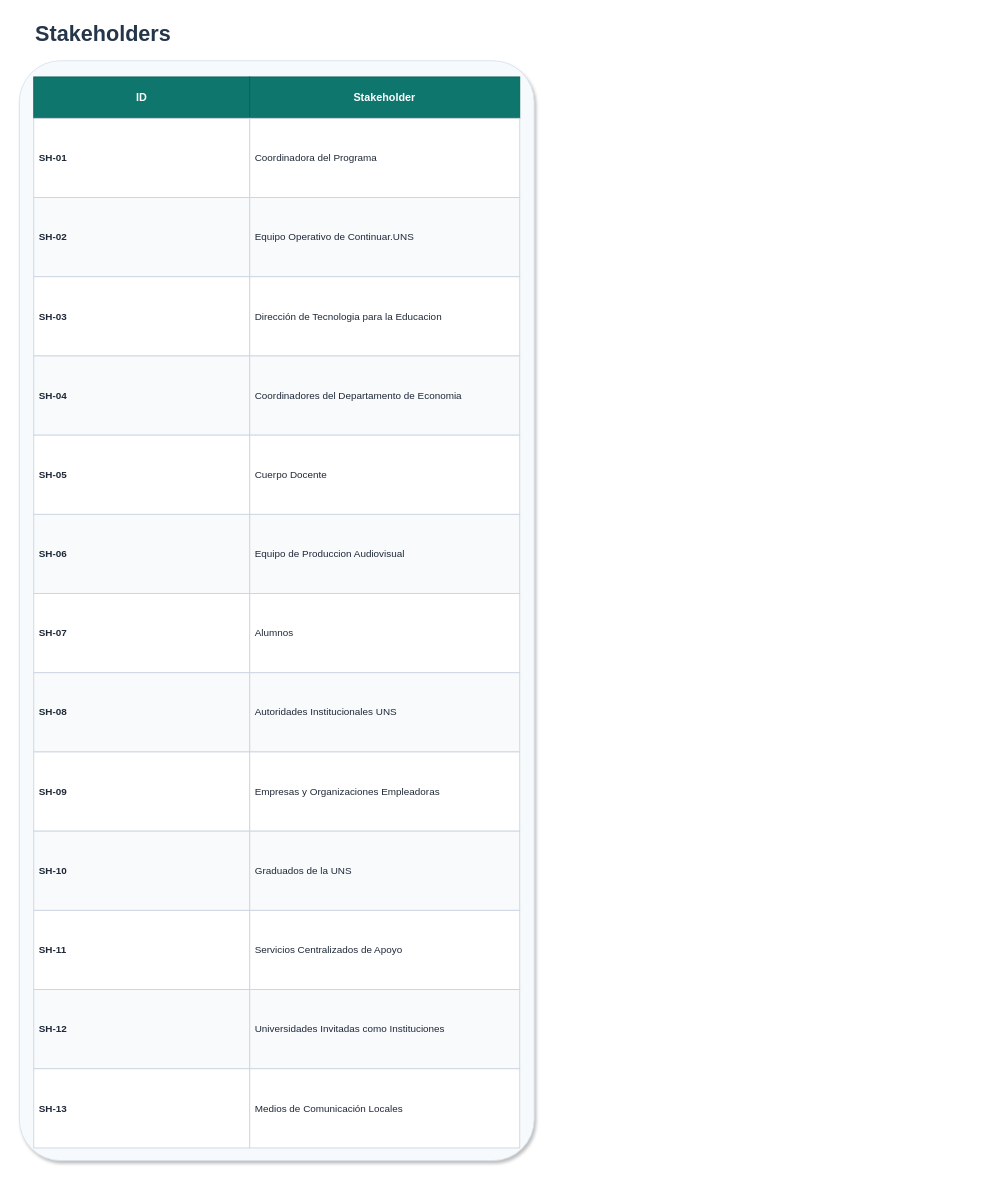
Above: page "Stakeholders" (1 of 6) of diagramas/tablas/Tablas_Matrices_Trazabilidad_BLearning.drawio in Jsue46/exposicionayd (draw.io), before the change. Source tidied: cells renumbered, new cells numbered last; positions are measured from the earlier drawing's top-left corner, leaving out a move shared by most shapes. Both pictures are drawn from the tidied source at 90%, with x=0, y=0 at pixel (19, 15).
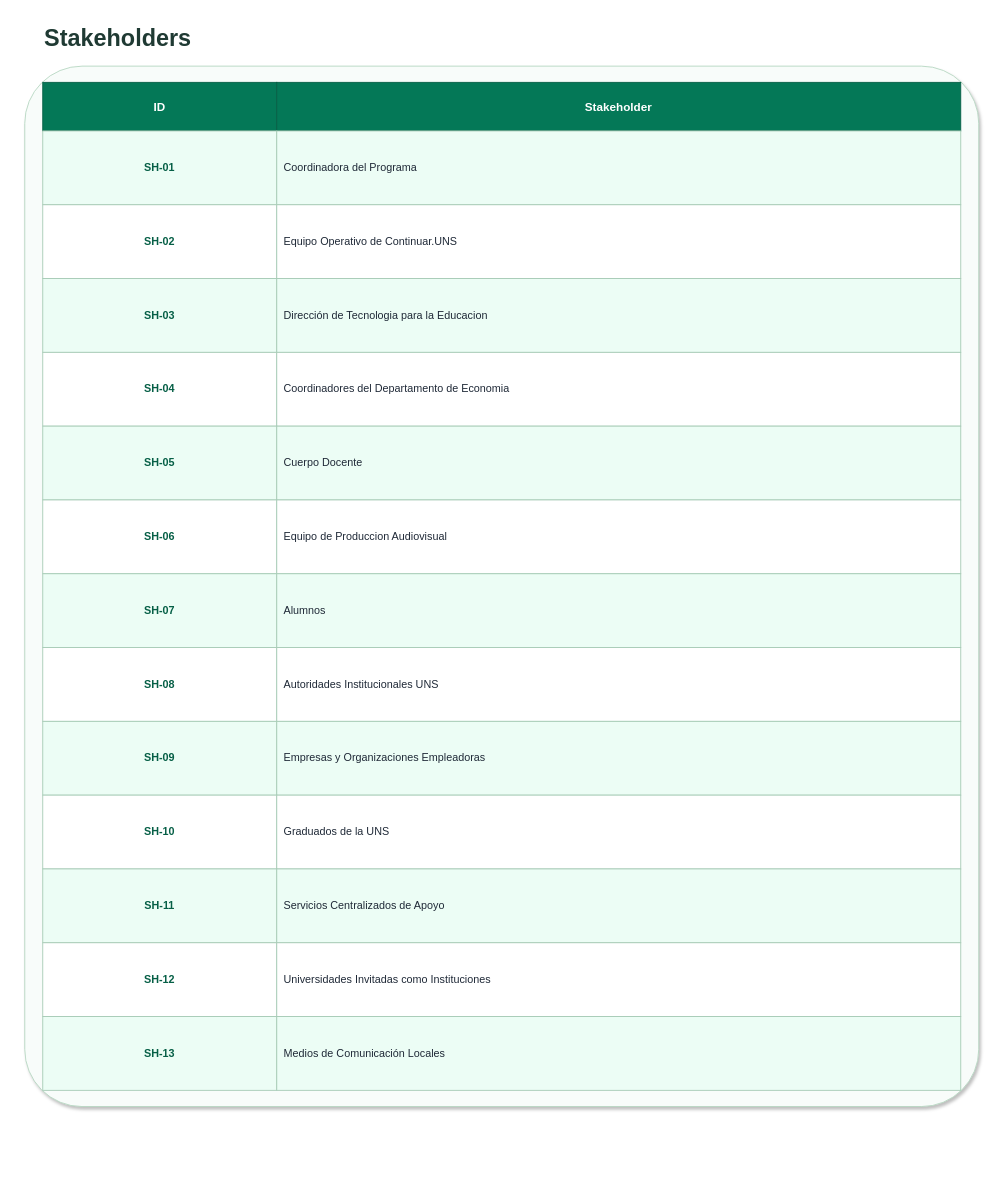
The same diagram, later.

Change to the diagram source:
```diff
@@
-    <mxCell id="2" value="Stakeholders" style="text;html=1;strokeColor=none;fillColor=none;align=left;verticalAlign=middle;whiteSpace=wrap;rounded=0;fontSize=24;fontStyle=1;fontColor=#25364A;" parent="1" vertex="1">
-      <mxGeometry x="16" width="540" height="42" as="geometry" />
+    <mxCell id="2" value="Stakeholders" style="text;html=1;strokeColor=none;fillColor=none;align=left;verticalAlign=middle;whiteSpace=wrap;rounded=0;fontSize=26;fontStyle=1;fontColor=#1F3A33;" parent="1" vertex="1">
+      <mxGeometry x="26" y="2" width="1020" height="46" as="geometry" />
     </mxCell>
-    <mxCell id="3" style="rounded=1;whiteSpace=wrap;html=1;fillColor=#F7FAFC;strokeColor=#D9E2EC;arcSize=8;shadow=1;" parent="1" vertex="1">
-      <mxGeometry y="50" width="572" height="1222" as="geometry" />
+    <mxCell id="3" style="rounded=1;whiteSpace=wrap;html=1;fillColor=#F8FCFA;strokeColor=#B7D7C2;arcSize=6;shadow=1;" parent="1" vertex="1">
+      <mxGeometry x="6" y="56" width="1060" height="1156" as="geometry" />
     </mxCell>
-    <mxCell id="4" value="ID" style="rounded=0;whiteSpace=wrap;html=1;fillColor=#0F766E;strokeColor=#0B5F59;fontColor=#FFFFFF;fontStyle=1;align=center;verticalAlign=middle;fontSize=12;spacing=6;" parent="1" vertex="1">
-      <mxGeometry x="16" y="68" width="240" height="46" as="geometry" />
+    <mxCell id="4" value="ID" style="rounded=0;whiteSpace=wrap;html=1;fillColor=#047857;strokeColor=#065F46;fontColor=#FFFFFF;fontStyle=1;align=center;verticalAlign=middle;fontSize=13;spacing=8;" parent="1" vertex="1">
+      <mxGeometry x="26" y="74" width="260" height="54" as="geometry" />
     </mxCell>
-    <mxCell id="5" value="Stakeholder" style="rounded=0;whiteSpace=wrap;html=1;fillColor=#0F766E;strokeColor=#0B5F59;fontColor=#FFFFFF;fontStyle=1;align=center;verticalAlign=middle;fontSize=12;spacing=6;" parent="1" vertex="1">
-      <mxGeometry x="256" y="68" width="300" height="46" as="geometry" />
+    <mxCell id="5" value="Stakeholder" style="rounded=0;whiteSpace=wrap;html=1;fillColor=#047857;strokeColor=#065F46;fontColor=#FFFFFF;fontStyle=1;align=center;verticalAlign=middle;fontSize=13;spacing=8;" parent="1" vertex="1">
+      <mxGeometry x="286" y="74" width="760" height="54" as="geometry" />
     </mxCell>
-    <mxCell id="6" value="SH-01" style="rounded=0;whiteSpace=wrap;html=1;fillColor=#FFFFFF;strokeColor=#CBD5E1;fontColor=#1F2937;fontStyle=1;align=left;verticalAlign=middle;fontSize=11;spacing=6;" parent="1" vertex="1">
-      <mxGeometry x="16" y="114" width="240" height="88" as="geometry" />
+    <mxCell id="6" value="SH-01" style="rounded=0;whiteSpace=wrap;html=1;fillColor=#ECFDF5;strokeColor=#A7CBB6;fontColor=#065F46;fontStyle=1;align=center;verticalAlign=middle;fontSize=12;spacing=8;" parent="1" vertex="1">
+      <mxGeometry x="26" y="128" width="260" height="82" as="geometry" />
     </mxCell>
-    <mxCell id="7" value="Coordinadora del Programa" style="rounded=0;whiteSpace=wrap;html=1;fillColor=#FFFFFF;strokeColor=#CBD5E1;fontColor=#1F2937;fontStyle=0;align=left;verticalAlign=middle;fontSize=11;spacing=6;" parent="1" vertex="1">
-      <mxGeometry x="256" y="114" width="300" height="88" as="geometry" />
+    <mxCell id="7" value="Coordinadora del Programa" style="rounded=0;whiteSpace=wrap;html=1;fillColor=#ECFDF5;strokeColor=#A7CBB6;fontColor=#1F2937;fontStyle=0;align=left;verticalAlign=middle;fontSize=12;spacing=8;" parent="1" vertex="1">
+      <mxGeometry x="286" y="128" width="760" height="82" as="geometry" />
     </mxCell>
-    <mxCell id="8" value="SH-02" style="rounded=0;whiteSpace=wrap;html=1;fillColor=#F8FAFC;strokeColor=#CBD5E1;fontColor=#1F2937;fontStyle=1;align=left;verticalAlign=middle;fontSize=11;spacing=6;" parent="1" vertex="1">
-      <mxGeometry x="16" y="202" width="240" height="88" as="geometry" />
+    <mxCell id="8" value="SH-02" style="rounded=0;whiteSpace=wrap;html=1;fillColor=#FFFFFF;strokeColor=#A7CBB6;fontColor=#065F46;fontStyle=1;align=center;verticalAlign=middle;fontSize=12;spacing=8;" parent="1" vertex="1">
+      <mxGeometry x="26" y="210" width="260" height="82" as="geometry" />
     </mxCell>
-    <mxCell id="9" value="Equipo Operativo de Continuar.UNS" style="rounded=0;whiteSpace=wrap;html=1;fillColor=#F8FAFC;strokeColor=#CBD5E1;fontColor=#1F2937;fontStyle=0;align=left;verticalAlign=middle;fontSize=11;spacing=6;" parent="1" vertex="1">
-      <mxGeometry x="256" y="202" width="300" height="88" as="geometry" />
+    <mxCell id="9" value="Equipo Operativo de Continuar.UNS" style="rounded=0;whiteSpace=wrap;html=1;fillColor=#FFFFFF;strokeColor=#A7CBB6;fontColor=#1F2937;fontStyle=0;align=left;verticalAlign=middle;fontSize=12;spacing=8;" parent="1" vertex="1">
+      <mxGeometry x="286" y="210" width="760" height="82" as="geometry" />
     </mxCell>
-    <mxCell id="10" value="SH-03" style="rounded=0;whiteSpace=wrap;html=1;fillColor=#FFFFFF;strokeColor=#CBD5E1;fontColor=#1F2937;fontStyle=1;align=left;verticalAlign=middle;fontSize=11;spacing=6;" parent="1" vertex="1">
-      <mxGeometry x="16" y="290" width="240" height="88" as="geometry" />
+    <mxCell id="10" value="SH-03" style="rounded=0;whiteSpace=wrap;html=1;fillColor=#ECFDF5;strokeColor=#A7CBB6;fontColor=#065F46;fontStyle=1;align=center;verticalAlign=middle;fontSize=12;spacing=8;" parent="1" vertex="1">
+      <mxGeometry x="26" y="292" width="260" height="82" as="geometry" />
     </mxCell>
-    <mxCell id="11" value="Dirección de Tecnologia para la Educacion" style="rounded=0;whiteSpace=wrap;html=1;fillColor=#FFFFFF;strokeColor=#CBD5E1;fontColor=#1F2937;fontStyle=0;align=left;verticalAlign=middle;fontSize=11;spacing=6;" parent="1" vertex="1">
-      <mxGeometry x="256" y="290" width="300" height="88" as="geometry" />
+    <mxCell id="11" value="Dirección de Tecnologia para la Educacion" style="rounded=0;whiteSpace=wrap;html=1;fillColor=#ECFDF5;strokeColor=#A7CBB6;fontColor=#1F2937;fontStyle=0;align=left;verticalAlign=middle;fontSize=12;spacing=8;" parent="1" vertex="1">
+      <mxGeometry x="286" y="292" width="760" height="82" as="geometry" />
     </mxCell>
-    <mxCell id="12" value="SH-04" style="rounded=0;whiteSpace=wrap;html=1;fillColor=#F8FAFC;strokeColor=#CBD5E1;fontColor=#1F2937;fontStyle=1;align=left;verticalAlign=middle;fontSize=11;spacing=6;" parent="1" vertex="1">
-      <mxGeometry x="16" y="378" width="240" height="88" as="geometry" />
+    <mxCell id="12" value="SH-04" style="rounded=0;whiteSpace=wrap;html=1;fillColor=#FFFFFF;strokeColor=#A7CBB6;fontColor=#065F46;fontStyle=1;align=center;verticalAlign=middle;fontSize=12;spacing=8;" parent="1" vertex="1">
+      <mxGeometry x="26" y="374" width="260" height="82" as="geometry" />
     </mxCell>
-    <mxCell id="13" value="Coordinadores del Departamento de Economia" style="rounded=0;whiteSpace=wrap;html=1;fillColor=#F8FAFC;strokeColor=#CBD5E1;fontColor=#1F2937;fontStyle=0;align=left;verticalAlign=middle;fontSize=11;spacing=6;" parent="1" vertex="1">
-      <mxGeometry x="256" y="378" width="300" height="88" as="geometry" />
+    <mxCell id="13" value="Coordinadores del Departamento de Economia" style="rounded=0;whiteSpace=wrap;html=1;fillColor=#FFFFFF;strokeColor=#A7CBB6;fontColor=#1F2937;fontStyle=0;align=left;verticalAlign=middle;fontSize=12;spacing=8;" parent="1" vertex="1">
+      <mxGeometry x="286" y="374" width="760" height="82" as="geometry" />
     </mxCell>
-    <mxCell id="14" value="SH-05" style="rounded=0;whiteSpace=wrap;html=1;fillColor=#FFFFFF;strokeColor=#CBD5E1;fontColor=#1F2937;fontStyle=1;align=left;verticalAlign=middle;fontSize=11;spacing=6;" parent="1" vertex="1">
-      <mxGeometry x="16" y="466" width="240" height="88" as="geometry" />
+    <mxCell id="14" value="SH-05" style="rounded=0;whiteSpace=wrap;html=1;fillColor=#ECFDF5;strokeColor=#A7CBB6;fontColor=#065F46;fontStyle=1;align=center;verticalAlign=middle;fontSize=12;spacing=8;" parent="1" vertex="1">
+      <mxGeometry x="26" y="456" width="260" height="82" as="geometry" />
     </mxCell>
-    <mxCell id="15" value="Cuerpo Docente" style="rounded=0;whiteSpace=wrap;html=1;fillColor=#FFFFFF;strokeColor=#CBD5E1;fontColor=#1F2937;fontStyle=0;align=left;verticalAlign=middle;fontSize=11;spacing=6;" parent="1" vertex="1">
-      <mxGeometry x="256" y="466" width="300" height="88" as="geometry" />
+    <mxCell id="15" value="Cuerpo Docente" style="rounded=0;whiteSpace=wrap;html=1;fillColor=#ECFDF5;strokeColor=#A7CBB6;fontColor=#1F2937;fontStyle=0;align=left;verticalAlign=middle;fontSize=12;spacing=8;" parent="1" vertex="1">
+      <mxGeometry x="286" y="456" width="760" height="82" as="geometry" />
     </mxCell>
-    <mxCell id="16" value="SH-06" style="rounded=0;whiteSpace=wrap;html=1;fillColor=#F8FAFC;strokeColor=#CBD5E1;fontColor=#1F2937;fontStyle=1;align=left;verticalAlign=middle;fontSize=11;spacing=6;" parent="1" vertex="1">
-      <mxGeometry x="16" y="554" width="240" height="88" as="geometry" />
+    <mxCell id="16" value="SH-06" style="rounded=0;whiteSpace=wrap;html=1;fillColor=#FFFFFF;strokeColor=#A7CBB6;fontColor=#065F46;fontStyle=1;align=center;verticalAlign=middle;fontSize=12;spacing=8;" parent="1" vertex="1">
+      <mxGeometry x="26" y="538" width="260" height="82" as="geometry" />
     </mxCell>
-    <mxCell id="17" value="Equipo de Produccion Audiovisual" style="rounded=0;whiteSpace=wrap;html=1;fillColor=#F8FAFC;strokeColor=#CBD5E1;fontColor=#1F2937;fontStyle=0;align=left;verticalAlign=middle;fontSize=11;spacing=6;" parent="1" vertex="1">
-      <mxGeometry x="256" y="554" width="300" height="88" as="geometry" />
+    <mxCell id="17" value="Equipo de Produccion Audiovisual" style="rounded=0;whiteSpace=wrap;html=1;fillColor=#FFFFFF;strokeColor=#A7CBB6;fontColor=#1F2937;fontStyle=0;align=left;verticalAlign=middle;fontSize=12;spacing=8;" parent="1" vertex="1">
+      <mxGeometry x="286" y="538" width="760" height="82" as="geometry" />
     </mxCell>
-    <mxCell id="18" value="SH-07" style="rounded=0;whiteSpace=wrap;html=1;fillColor=#FFFFFF;strokeColor=#CBD5E1;fontColor=#1F2937;fontStyle=1;align=left;verticalAlign=middle;fontSize=11;spacing=6;" parent="1" vertex="1">
-      <mxGeometry x="16" y="642" width="240" height="88" as="geometry" />
+    <mxCell id="18" value="SH-07" style="rounded=0;whiteSpace=wrap;html=1;fillColor=#ECFDF5;strokeColor=#A7CBB6;fontColor=#065F46;fontStyle=1;align=center;verticalAlign=middle;fontSize=12;spacing=8;" parent="1" vertex="1">
+      <mxGeometry x="26" y="620" width="260" height="82" as="geometry" />
     </mxCell>
-    <mxCell id="19" value="Alumnos" style="rounded=0;whiteSpace=wrap;html=1;fillColor=#FFFFFF;strokeColor=#CBD5E1;fontColor=#1F2937;fontStyle=0;align=left;verticalAlign=middle;fontSize=11;spacing=6;" parent="1" vertex="1">
-      <mxGeometry x="256" y="642" width="300" height="88" as="geometry" />
+    <mxCell id="19" value="Alumnos" style="rounded=0;whiteSpace=wrap;html=1;fillColor=#ECFDF5;strokeColor=#A7CBB6;fontColor=#1F2937;fontStyle=0;align=left;verticalAlign=middle;fontSize=12;spacing=8;" parent="1" vertex="1">
+      <mxGeometry x="286" y="620" width="760" height="82" as="geometry" />
     </mxCell>
-    <mxCell id="20" value="SH-08" style="rounded=0;whiteSpace=wrap;html=1;fillColor=#F8FAFC;strokeColor=#CBD5E1;fontColor=#1F2937;fontStyle=1;align=left;verticalAlign=middle;fontSize=11;spacing=6;" parent="1" vertex="1">
-      <mxGeometry x="16" y="730" width="240" height="88" as="geometry" />
+    <mxCell id="20" value="SH-08" style="rounded=0;whiteSpace=wrap;html=1;fillColor=#FFFFFF;strokeColor=#A7CBB6;fontColor=#065F46;fontStyle=1;align=center;verticalAlign=middle;fontSize=12;spacing=8;" parent="1" vertex="1">
+      <mxGeometry x="26" y="702" width="260" height="82" as="geometry" />
     </mxCell>
-    <mxCell id="21" value="Autoridades Institucionales UNS" style="rounded=0;whiteSpace=wrap;html=1;fillColor=#F8FAFC;strokeColor=#CBD5E1;fontColor=#1F2937;fontStyle=0;align=left;verticalAlign=middle;fontSize=11;spacing=6;" parent="1" vertex="1">
-      <mxGeometry x="256" y="730" width="300" height="88" as="geometry" />
+    <mxCell id="21" value="Autoridades Institucionales UNS" style="rounded=0;whiteSpace=wrap;html=1;fillColor=#FFFFFF;strokeColor=#A7CBB6;fontColor=#1F2937;fontStyle=0;align=left;verticalAlign=middle;fontSize=12;spacing=8;" parent="1" vertex="1">
+      <mxGeometry x="286" y="702" width="760" height="82" as="geometry" />
     </mxCell>
-    <mxCell id="22" value="SH-09" style="rounded=0;whiteSpace=wrap;html=1;fillColor=#FFFFFF;strokeColor=#CBD5E1;fontColor=#1F2937;fontStyle=1;align=left;verticalAlign=middle;fontSize=11;spacing=6;" parent="1" vertex="1">
-      <mxGeometry x="16" y="818" width="240" height="88" as="geometry" />
+    <mxCell id="22" value="SH-09" style="rounded=0;whiteSpace=wrap;html=1;fillColor=#ECFDF5;strokeColor=#A7CBB6;fontColor=#065F46;fontStyle=1;align=center;verticalAlign=middle;fontSize=12;spacing=8;" parent="1" vertex="1">
+      <mxGeometry x="26" y="784" width="260" height="82" as="geometry" />
     </mxCell>
-    <mxCell id="23" value="Empresas y Organizaciones Empleadoras" style="rounded=0;whiteSpace=wrap;html=1;fillColor=#FFFFFF;strokeColor=#CBD5E1;fontColor=#1F2937;fontStyle=0;align=left;verticalAlign=middle;fontSize=11;spacing=6;" parent="1" vertex="1">
-      <mxGeometry x="256" y="818" width="300" height="88" as="geometry" />
+    <mxCell id="23" value="Empresas y Organizaciones Empleadoras" style="rounded=0;whiteSpace=wrap;html=1;fillColor=#ECFDF5;strokeColor=#A7CBB6;fontColor=#1F2937;fontStyle=0;align=left;verticalAlign=middle;fontSize=12;spacing=8;" parent="1" vertex="1">
+      <mxGeometry x="286" y="784" width="760" height="82" as="geometry" />
     </mxCell>
-    <mxCell id="24" value="SH-10" style="rounded=0;whiteSpace=wrap;html=1;fillColor=#F8FAFC;strokeColor=#CBD5E1;fontColor=#1F2937;fontStyle=1;align=left;verticalAlign=middle;fontSize=11;spacing=6;" parent="1" vertex="1">
-      <mxGeometry x="16" y="906" width="240" height="88" as="geometry" />
+    <mxCell id="24" value="SH-10" style="rounded=0;whiteSpace=wrap;html=1;fillColor=#FFFFFF;strokeColor=#A7CBB6;fontColor=#065F46;fontStyle=1;align=center;verticalAlign=middle;fontSize=12;spacing=8;" parent="1" vertex="1">
+      <mxGeometry x="26" y="866" width="260" height="82" as="geometry" />
     </mxCell>
-    <mxCell id="25" value="Graduados de la UNS" style="rounded=0;whiteSpace=wrap;html=1;fillColor=#F8FAFC;strokeColor=#CBD5E1;fontColor=#1F2937;fontStyle=0;align=left;verticalAlign=middle;fontSize=11;spacing=6;" parent="1" vertex="1">
-      <mxGeometry x="256" y="906" width="300" height="88" as="geometry" />
+    <mxCell id="25" value="Graduados de la UNS" style="rounded=0;whiteSpace=wrap;html=1;fillColor=#FFFFFF;strokeColor=#A7CBB6;fontColor=#1F2937;fontStyle=0;align=left;verticalAlign=middle;fontSize=12;spacing=8;" parent="1" vertex="1">
+      <mxGeometry x="286" y="866" width="760" height="82" as="geometry" />
     </mxCell>
-    <mxCell id="26" value="SH-11" style="rounded=0;whiteSpace=wrap;html=1;fillColor=#FFFFFF;strokeColor=#CBD5E1;fontColor=#1F2937;fontStyle=1;align=left;verticalAlign=middle;fontSize=11;spacing=6;" parent="1" vertex="1">
-      <mxGeometry x="16" y="994" width="240" height="88" as="geometry" />
+    <mxCell id="26" value="SH-11" style="rounded=0;whiteSpace=wrap;html=1;fillColor=#ECFDF5;strokeColor=#A7CBB6;fontColor=#065F46;fontStyle=1;align=center;verticalAlign=middle;fontSize=12;spacing=8;" parent="1" vertex="1">
+      <mxGeometry x="26" y="948" width="260" height="82" as="geometry" />
     </mxCell>
-    <mxCell id="27" value="Servicios Centralizados de Apoyo" style="rounded=0;whiteSpace=wrap;html=1;fillColor=#FFFFFF;strokeColor=#CBD5E1;fontColor=#1F2937;fontStyle=0;align=left;verticalAlign=middle;fontSize=11;spacing=6;" parent="1" vertex="1">
-      <mxGeometry x="256" y="994" width="300" height="88" as="geometry" />
+    <mxCell id="27" value="Servicios Centralizados de Apoyo" style="rounded=0;whiteSpace=wrap;html=1;fillColor=#ECFDF5;strokeColor=#A7CBB6;fontColor=#1F2937;fontStyle=0;align=left;verticalAlign=middle;fontSize=12;spacing=8;" parent="1" vertex="1">
+      <mxGeometry x="286" y="948" width="760" height="82" as="geometry" />
     </mxCell>
-    <mxCell id="28" value="SH-12" style="rounded=0;whiteSpace=wrap;html=1;fillColor=#F8FAFC;strokeColor=#CBD5E1;fontColor=#1F2937;fontStyle=1;align=left;verticalAlign=middle;fontSize=11;spacing=6;" parent="1" vertex="1">
-      <mxGeometry x="16" y="1082" width="240" height="88" as="geometry" />
+    <mxCell id="28" value="SH-12" style="rounded=0;whiteSpace=wrap;html=1;fillColor=#FFFFFF;strokeColor=#A7CBB6;fontColor=#065F46;fontStyle=1;align=center;verticalAlign=middle;fontSize=12;spacing=8;" parent="1" vertex="1">
+      <mxGeometry x="26" y="1030" width="260" height="82" as="geometry" />
     </mxCell>
-    <mxCell id="29" value="Universidades Invitadas como Instituciones" style="rounded=0;whiteSpace=wrap;html=1;fillColor=#F8FAFC;strokeColor=#CBD5E1;fontColor=#1F2937;fontStyle=0;align=left;verticalAlign=middle;fontSize=11;spacing=6;" parent="1" vertex="1">
-      <mxGeometry x="256" y="1082" width="300" height="88" as="geometry" />
+    <mxCell id="29" value="Universidades Invitadas como Instituciones" style="rounded=0;whiteSpace=wrap;html=1;fillColor=#FFFFFF;strokeColor=#A7CBB6;fontColor=#1F2937;fontStyle=0;align=left;verticalAlign=middle;fontSize=12;spacing=8;" parent="1" vertex="1">
+      <mxGeometry x="286" y="1030" width="760" height="82" as="geometry" />
     </mxCell>
-    <mxCell id="30" value="SH-13" style="rounded=0;whiteSpace=wrap;html=1;fillColor=#FFFFFF;strokeColor=#CBD5E1;fontColor=#1F2937;fontStyle=1;align=left;verticalAlign=middle;fontSize=11;spacing=6;" parent="1" vertex="1">
-      <mxGeometry x="16" y="1170" width="240" height="88" as="geometry" />
+    <mxCell id="30" value="SH-13" style="rounded=0;whiteSpace=wrap;html=1;fillColor=#ECFDF5;strokeColor=#A7CBB6;fontColor=#065F46;fontStyle=1;align=center;verticalAlign=middle;fontSize=12;spacing=8;" parent="1" vertex="1">
+      <mxGeometry x="26" y="1112" width="260" height="82" as="geometry" />
     </mxCell>
-    <mxCell id="31" value="Medios de Comunicación Locales" style="rounded=0;whiteSpace=wrap;html=1;fillColor=#FFFFFF;strokeColor=#CBD5E1;fontColor=#1F2937;fontStyle=0;align=left;verticalAlign=middle;fontSize=11;spacing=6;" parent="1" vertex="1">
-      <mxGeometry x="256" y="1170" width="300" height="88" as="geometry" />
+    <mxCell id="31" value="Medios de Comunicación Locales" style="rounded=0;whiteSpace=wrap;html=1;fillColor=#ECFDF5;strokeColor=#A7CBB6;fontColor=#1F2937;fontStyle=0;align=left;verticalAlign=middle;fontSize=12;spacing=8;" parent="1" vertex="1">
+      <mxGeometry x="286" y="1112" width="760" height="82" as="geometry" />
     </mxCell>
```
